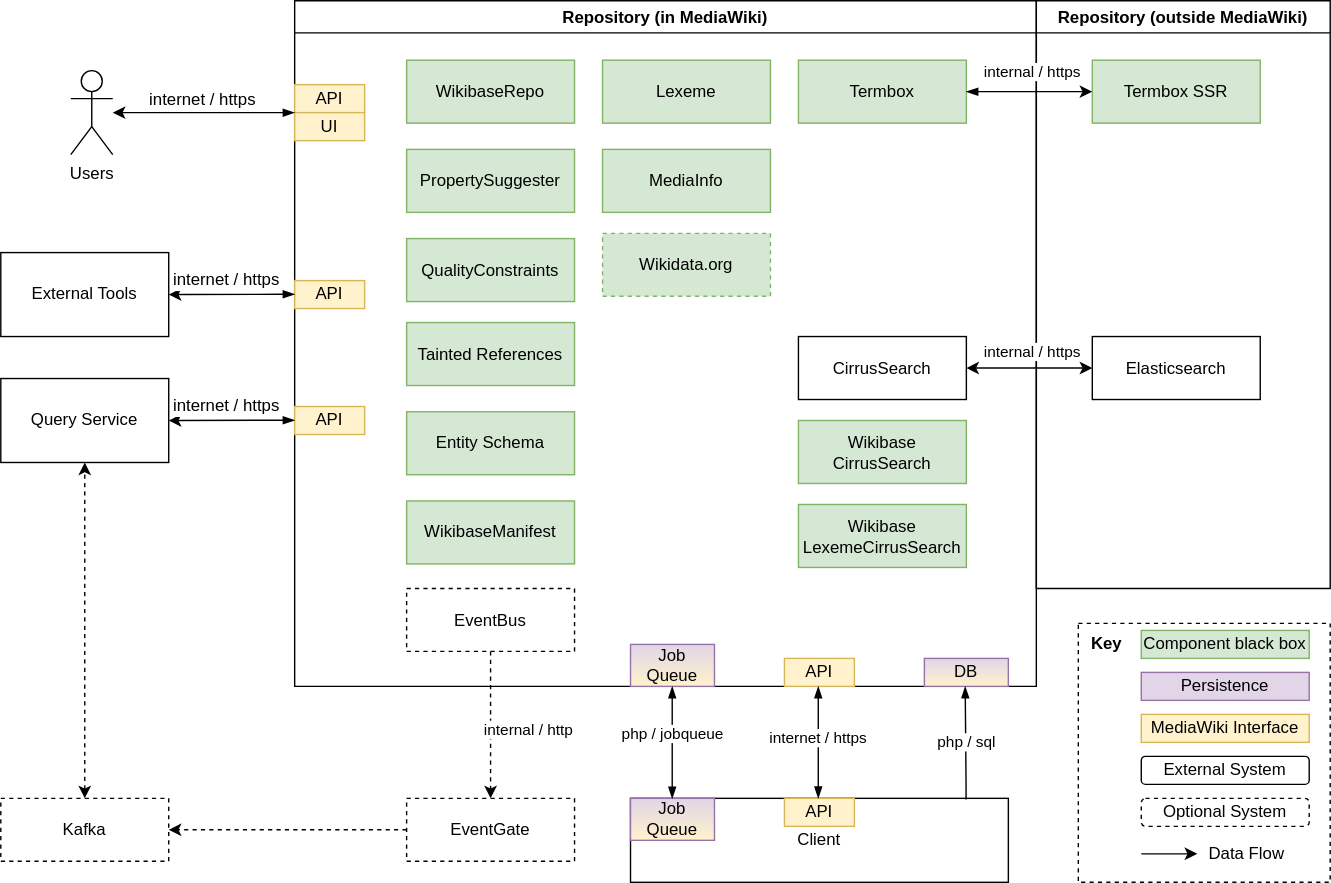
Earlier version of the draw.io export systems/Repository/diagrams/03-technical-context.drawio.svg (wmde/wikidata-wikibase-architecture). Source tidied: cells renumbered, new cells last; positions are measured from the earlier drawing's top-left corner, leaving out a move shared by most shapes.
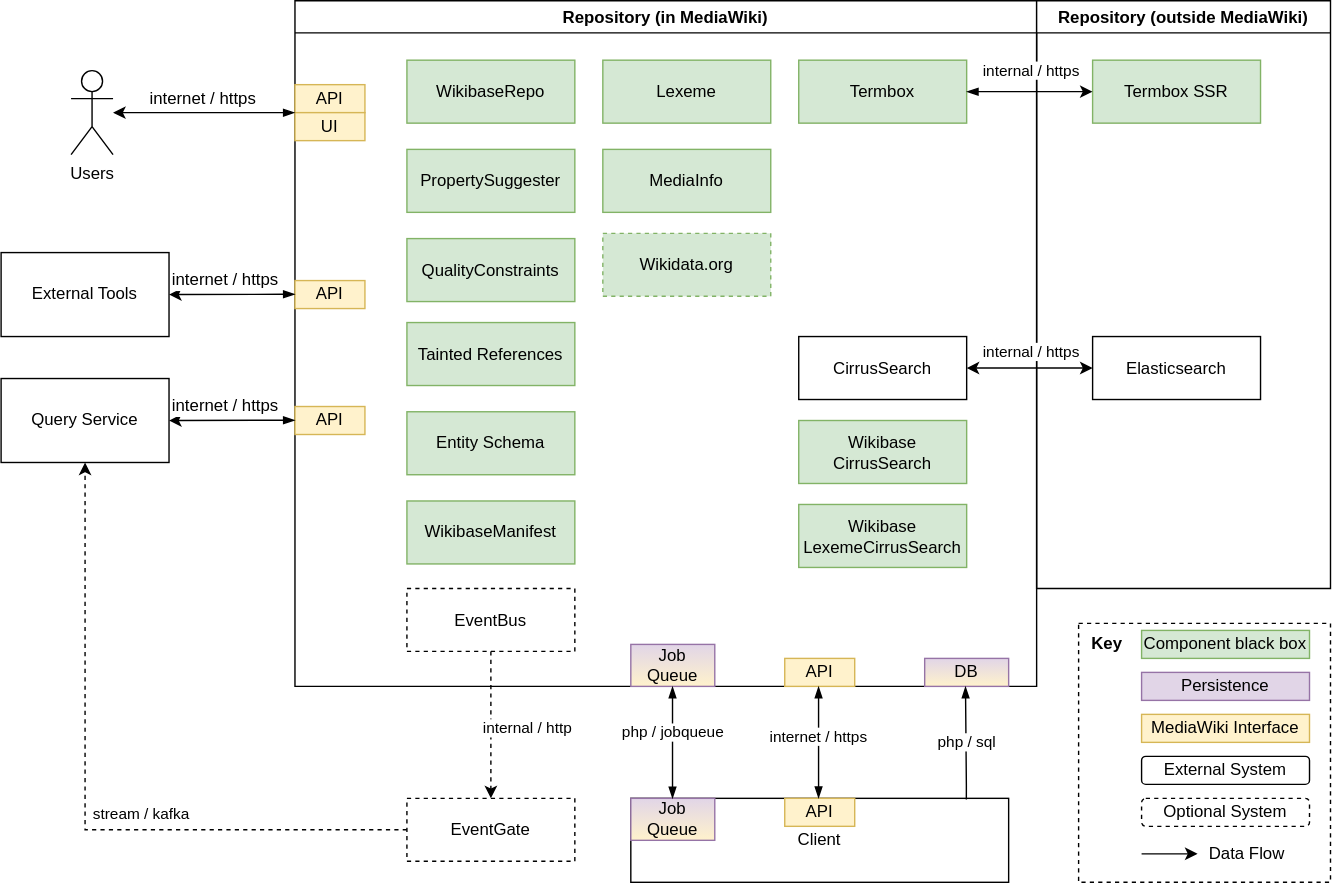
Above is the later version.

What changed in the source:
```diff
@@ -197,15 +197,14 @@
     <mxCell id="55" value="Optional System" style="rounded=1;whiteSpace=wrap;html=1;align=center;dashed=1;" parent="1" vertex="1">
       <mxGeometry x="815" y="570" width="120" height="20" as="geometry" />
     </mxCell>
-    <mxCell id="56" style="edgeStyle=orthogonalEdgeStyle;rounded=0;jettySize=auto;html=1;entryX=0.5;entryY=1;entryDx=0;entryDy=0;startArrow=classic;startFill=1;dashed=1;" parent="1" edge="1" source="57" target="41">
+    <mxCell id="56" style="edgeStyle=orthogonalEdgeStyle;rounded=0;jettySize=auto;html=1;entryX=0.5;entryY=1;entryDx=0;entryDy=0;dashed=1;" parent="1" edge="1" source="59" target="41">
       <mxGeometry relative="1" as="geometry" />
     </mxCell>
-    <mxCell id="57" value="Kafka" style="rounded=0;whiteSpace=wrap;html=1;dashed=1;" parent="1" vertex="1">
-      <mxGeometry y="570" width="120" height="45" as="geometry" />
-    </mxCell>
-    <mxCell id="58" style="edgeStyle=orthogonalEdgeStyle;rounded=0;jettySize=auto;html=1;entryX=1;entryY=0.5;entryDx=0;entryDy=0;exitX=0;exitY=0.5;exitDx=0;exitDy=0;dashed=1;" parent="1" edge="1" source="59" target="57">
-      <mxGeometry relative="1" as="geometry" />
-    </mxCell>
+    <mxCell id="64" value="stream / kafka" style="edgeLabel;html=1;align=center;verticalAlign=middle;" parent="56" vertex="1">
+      <mxGeometry x="0.23" y="-2" relative="1" as="geometry">
+        <mxPoint x="38" y="60" as="offset" />
+      </mxGeometry>
+    </mxCell>
     <mxCell id="59" value="EventGate" style="rounded=0;whiteSpace=wrap;html=1;dashed=1;" parent="1" vertex="1">
       <mxGeometry x="290" y="570" width="120" height="45" as="geometry" />
     </mxCell>
```
